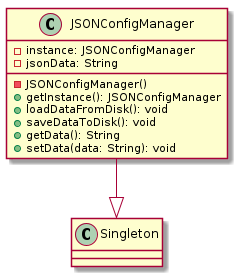
This is UML/Singleton/configuration.singleton.png from project-survivor/documentation, a PlantUML export, as it was before one commit.
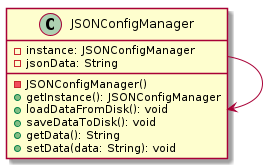
Later version of the same file.

Diff of the diagram source:
```diff
@@ -12,6 +12,6 @@
     +setData(data: String): void
 }
 
-JSONConfigManager --|> Singleton
+JSONConfigManager --> JSONConfigManager
 
 @enduml
```
